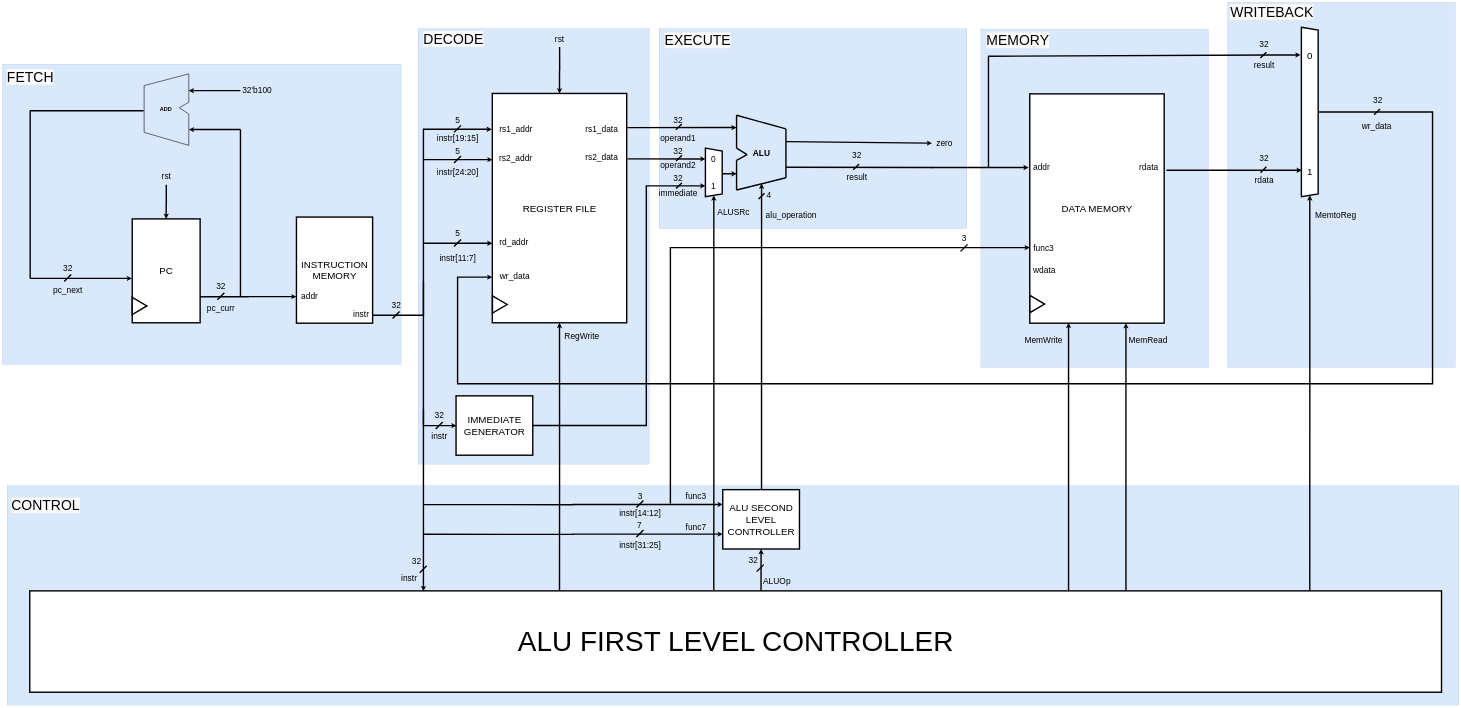
Above: Lab 4/diagrams/R&I_Type_Datapath_Controller.drawio in MuhammadMouzzam/computer_arch (draw.io), before the change. Source tidied: cells renumbered, new cells numbered last; positions are measured from the earlier drawing's top-left corner, leaving out a move shared by most shapes. Both pictures are drawn from the tidied source at 14%, with x=0, y=0 at pixel (2, 2).
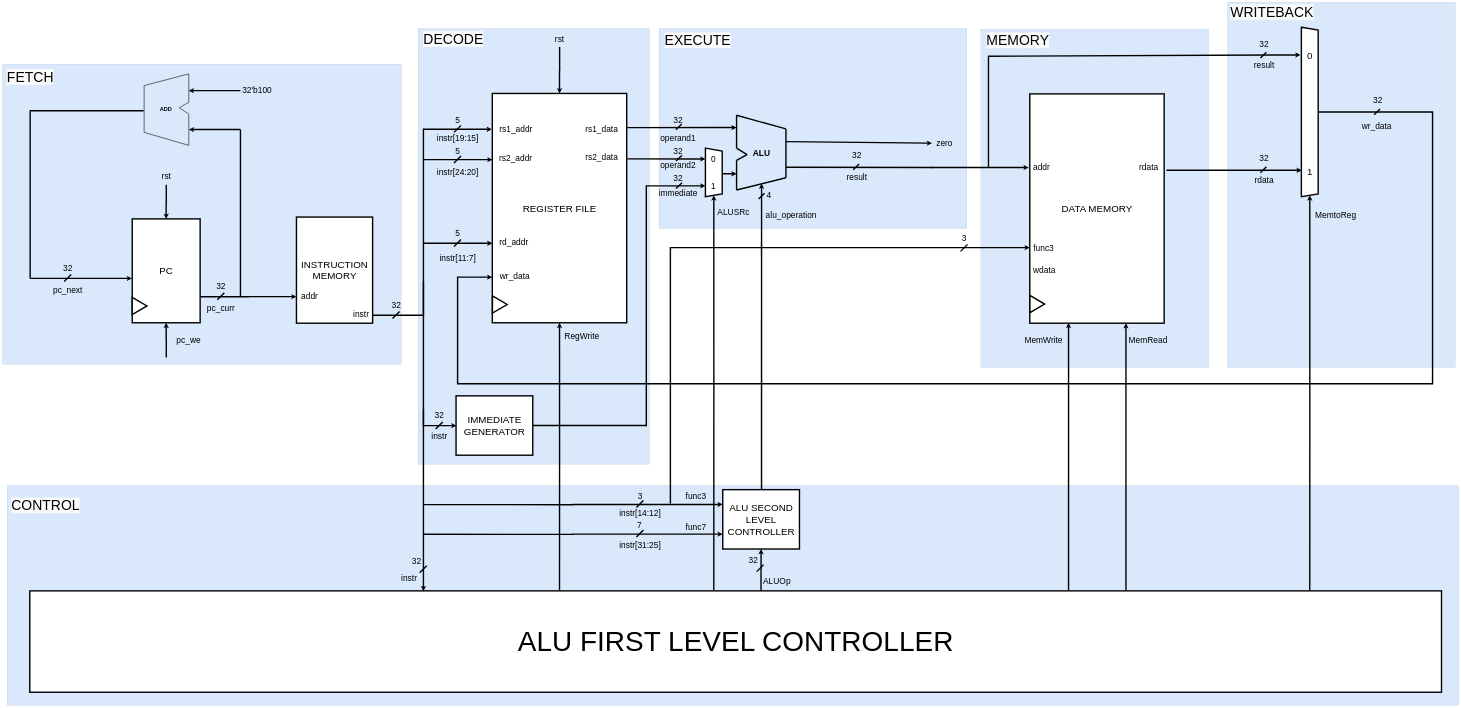
After the change.

Unchanged cells that the change refers to:
```xml
<mxCell id="10" value="&lt;font style=&quot;font-size: 70px;&quot;&gt;PC&lt;/font&gt;" style="rounded=0;whiteSpace=wrap;html=1;strokeWidth=10;" parent="1" vertex="1">
  <mxGeometry x="927" y="1546" width="485" height="742" as="geometry" />
</mxCell>
```

What changed in the source:
```diff
@@
+    <mxCell id="166" style="edgeStyle=orthogonalEdgeStyle;rounded=0;jettySize=auto;html=1;entryX=0.5;entryY=1;entryDx=0;entryDy=0;strokeWidth=10;" parent="1" edge="1" target="10">
+      <mxGeometry relative="1" as="geometry">
+        <mxPoint x="1170" y="2536" as="sourcePoint" />
+      </mxGeometry>
+    </mxCell>
@@
+    <mxCell id="167" value="pc_we" style="text;html=1;align=center;verticalAlign=middle;strokeColor=none;fillColor=none;fontSize=60;" parent="1" vertex="1">
+      <mxGeometry x="1233" y="2367" width="191" height="84" as="geometry" />
+    </mxCell>
```
